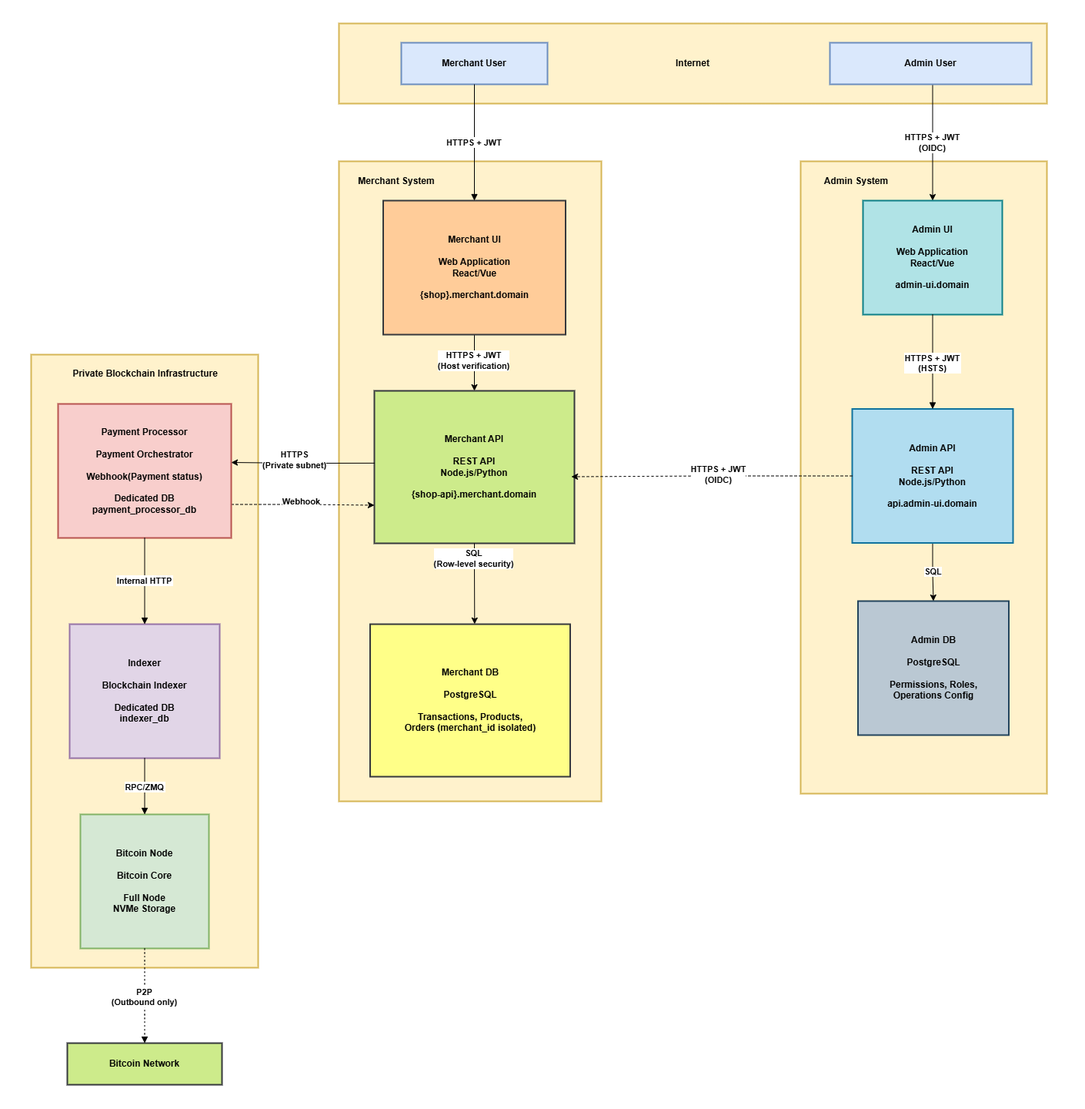
Before: docs/C4 Container Diagram.png, a diagram exported from draw.io (NaimKhan/CodeLab_InfraSRE_Engineer_Final_Test). Source tidied: cells renumbered, new cells last; positions are measured from the earlier drawing's top-left corner, leaving out a move shared by most shapes. Its diagram source:
```xml
<mxGraphModel>
  <root>
    <mxCell id="0" />
    <mxCell id="1" parent="0" />
    <mxCell id="2" style="whiteSpace=wrap;strokeWidth=2;fillColor=#fff2cc;strokeColor=#d6b656;" parent="1" vertex="1">
      <mxGeometry x="40" y="460" width="295" height="796" as="geometry" />
    </mxCell>
    <mxCell id="3" style="whiteSpace=wrap;strokeWidth=2;fillColor=#fff2cc;strokeColor=#d6b656;" parent="1" vertex="1">
      <mxGeometry x="440" y="209" width="341" height="831" as="geometry" />
    </mxCell>
    <mxCell id="4" style="whiteSpace=wrap;strokeWidth=2;fillColor=#fff2cc;strokeColor=#d6b656;" parent="1" vertex="1">
      <mxGeometry x="1040" y="209" width="320" height="821" as="geometry" />
    </mxCell>
    <mxCell id="5" value="Internet" style="whiteSpace=wrap;strokeWidth=2;fillColor=#fff2cc;strokeColor=#d6b656;fontStyle=1;" parent="1" vertex="1">
      <mxGeometry x="440" y="30" width="920" height="104" as="geometry" />
    </mxCell>
    <mxCell id="6" style="edgeStyle=orthogonalEdgeStyle;rounded=0;jettySize=auto;html=1;exitX=0.5;exitY=1;exitDx=0;exitDy=0;entryX=0.5;entryY=0;entryDx=0;entryDy=0;" parent="1" edge="1" source="8" target="10">
      <mxGeometry relative="1" as="geometry">
        <Array as="points">
          <mxPoint x="1212" y="59" />
        </Array>
      </mxGeometry>
    </mxCell>
    <mxCell id="7" value="&lt;b&gt;&lt;font style=&quot;font-size: 11px;&quot;&gt;HTTPS + JWT&lt;br style=&quot;padding: 0px; margin: 0px;&quot;&gt;(OIDC)&lt;/font&gt;&lt;/b&gt;" style="edgeLabel;html=1;align=center;verticalAlign=middle;" parent="6" vertex="1">
      <mxGeometry x="0.03" y="-1" relative="1" as="geometry">
        <mxPoint x="-1" y="47" as="offset" />
      </mxGeometry>
    </mxCell>
    <mxCell id="8" value="Admin User" style="whiteSpace=wrap;strokeWidth=2;fillColor=#dae8fc;strokeColor=#6c8ebf;fontStyle=1;" parent="1" vertex="1">
      <mxGeometry x="1078" y="55" width="262" height="54" as="geometry" />
    </mxCell>
    <mxCell id="9" value="Merchant User" style="whiteSpace=wrap;strokeWidth=2;fillColor=#dae8fc;strokeColor=#6c8ebf;fontStyle=1;" parent="1" vertex="1">
      <mxGeometry x="521" y="55" width="190" height="54" as="geometry" />
    </mxCell>
    <mxCell id="10" value="Admin UI&#10;&#10;Web Application&#10;React/Vue&#10;&#10;admin-ui.domain" style="whiteSpace=wrap;strokeWidth=2;fillColor=#b0e3e6;strokeColor=#0e8088;fontStyle=1;" parent="1" vertex="1">
      <mxGeometry x="1121" y="260" width="181" height="148" as="geometry" />
    </mxCell>
    <mxCell id="11" style="edgeStyle=orthogonalEdgeStyle;rounded=0;jettySize=auto;html=1;entryX=0.5;entryY=0;entryDx=0;entryDy=0;" parent="1" edge="1" source="13" target="14">
      <mxGeometry relative="1" as="geometry" />
    </mxCell>
    <mxCell id="12" value="&lt;b&gt;SQL&lt;/b&gt;" style="edgeLabel;html=1;align=center;verticalAlign=middle;" parent="11" vertex="1">
      <mxGeometry x="-0.16" relative="1" as="geometry">
        <mxPoint x="-1" y="4" as="offset" />
      </mxGeometry>
    </mxCell>
    <mxCell id="13" value="Admin API&#10;&#10;REST API&#10;Node.js/Python&#10;&#10;api.admin-ui.domain" style="whiteSpace=wrap;strokeWidth=2;fillColor=#b1ddf0;strokeColor=#10739e;fontStyle=1;" parent="1" vertex="1">
      <mxGeometry x="1107" y="530.5" width="209" height="174" as="geometry" />
    </mxCell>
    <mxCell id="14" value="Admin DB&#10;&#10;PostgreSQL&#10;&#10;Permissions, Roles,&#10;Operations Config" style="whiteSpace=wrap;strokeWidth=2;fillColor=#bac8d3;strokeColor=#23445d;fontStyle=1;" parent="1" vertex="1">
      <mxGeometry x="1114.5" y="780" width="196" height="174" as="geometry" />
    </mxCell>
    <mxCell id="15" style="edgeStyle=orthogonalEdgeStyle;rounded=0;jettySize=auto;html=1;" parent="1" edge="1" source="17" target="18">
      <mxGeometry relative="1" as="geometry" />
    </mxCell>
    <mxCell id="16" value="&lt;b&gt;HTTPS + JWT&lt;br style=&quot;padding: 0px; margin: 0px;&quot;&gt;(Host verification)&lt;/b&gt;" style="edgeLabel;html=1;align=center;verticalAlign=middle;" parent="15" vertex="1">
      <mxGeometry x="-0.1" y="-2" relative="1" as="geometry" />
    </mxCell>
    <mxCell id="17" value="Merchant UI&#10;&#10;Web Application&#10;React/Vue&#10;&#10;{shop}.merchant.domain" style="whiteSpace=wrap;strokeWidth=2;fillColor=#ffcc99;strokeColor=#36393d;fontStyle=1;" parent="1" vertex="1">
      <mxGeometry x="497.5" y="260" width="237" height="174" as="geometry" />
    </mxCell>
    <mxCell id="18" value="Merchant API&#10;&#10;REST API&#10;Node.js/Python&#10;&#10;{shop-api}.merchant.domain" style="whiteSpace=wrap;strokeWidth=2;fillColor=#cdeb8b;strokeColor=#36393d;fontStyle=1;" parent="1" vertex="1">
      <mxGeometry x="486" y="507" width="260" height="198" as="geometry" />
    </mxCell>
    <mxCell id="19" value="Merchant DB&#10;&#10;PostgreSQL&#10;&#10;Transactions, Products,&#10;Orders (merchant_id isolated)" style="whiteSpace=wrap;strokeWidth=2;fillColor=#ffff88;strokeColor=#36393d;fontStyle=1;" parent="1" vertex="1">
      <mxGeometry x="480.5" y="810" width="260" height="198" as="geometry" />
    </mxCell>
    <mxCell id="20" style="edgeStyle=orthogonalEdgeStyle;rounded=0;jettySize=auto;html=1;exitX=1;exitY=0.75;exitDx=0;exitDy=0;entryX=0;entryY=0.75;entryDx=0;entryDy=0;dashed=1;" parent="1" edge="1" source="22" target="18">
      <mxGeometry relative="1" as="geometry" />
    </mxCell>
    <mxCell id="21" value="&lt;b&gt;Webhook&lt;/b&gt;" style="edgeLabel;html=1;align=center;verticalAlign=middle;" parent="20" vertex="1">
      <mxGeometry x="-0.03" y="5" relative="1" as="geometry" />
    </mxCell>
    <mxCell id="22" value="Payment Processor&#10;&#10;Payment Orchestrator&#10;&#10;Webhook(Payment status)&#10;&#10;Dedicated DB&#10;payment_processor_db" style="whiteSpace=wrap;strokeWidth=2;fillColor=#f8cecc;strokeColor=#b85450;fontStyle=1;" parent="1" vertex="1">
      <mxGeometry x="75" y="524" width="225" height="174" as="geometry" />
    </mxCell>
    <mxCell id="23" value="Indexer&#10;&#10;Blockchain Indexer&#10;&#10;Dedicated DB&#10;indexer_db" style="whiteSpace=wrap;strokeWidth=2;fillColor=#e1d5e7;strokeColor=#9673a6;fontStyle=1;" parent="1" vertex="1">
      <mxGeometry x="90" y="810" width="195" height="174" as="geometry" />
    </mxCell>
    <mxCell id="24" value="Bitcoin Node&#10;&#10;Bitcoin Core&#10;&#10;Full Node&#10;NVMe Storage" style="whiteSpace=wrap;strokeWidth=2;fillColor=#d5e8d4;strokeColor=#82b366;fontStyle=1;" parent="1" vertex="1">
      <mxGeometry x="104" y="1057" width="167" height="174" as="geometry" />
    </mxCell>
    <mxCell id="25" value="Bitcoin Network" style="whiteSpace=wrap;strokeWidth=2;fillColor=#cdeb8b;strokeColor=#36393d;fontStyle=1;" parent="1" vertex="1">
      <mxGeometry x="87" y="1354" width="201" height="54" as="geometry" />
    </mxCell>
    <mxCell id="26" value="HTTPS + JWT&#10;(HSTS)" style="curved=1;startArrow=none;endArrow=block;exitX=0.5;exitY=1;entryX=0.5;entryY=0;rounded=0;fontStyle=1;" parent="1" edge="1" source="10" target="13">
      <mxGeometry relative="1" as="geometry" />
    </mxCell>
    <mxCell id="27" value="HTTPS + JWT" style="curved=1;startArrow=none;endArrow=block;exitX=0.5;exitY=1;entryX=0.5;entryY=0;rounded=0;fontStyle=1;" parent="1" edge="1" source="9" target="17">
      <mxGeometry relative="1" as="geometry" />
    </mxCell>
    <mxCell id="28" value="Internal HTTP" style="curved=1;startArrow=none;endArrow=block;exitX=0.5;exitY=1;entryX=0.5;entryY=0;rounded=0;fontStyle=1;" parent="1" edge="1" source="22" target="23">
      <mxGeometry relative="1" as="geometry" />
    </mxCell>
    <mxCell id="29" value="RPC/ZMQ" style="curved=1;startArrow=none;endArrow=block;exitX=0.5;exitY=1;entryX=0.5;entryY=0;rounded=0;fontStyle=1;" parent="1" edge="1" source="23" target="24">
      <mxGeometry relative="1" as="geometry" />
    </mxCell>
    <mxCell id="30" value="P2P&#10;(Outbound only)" style="curved=1;dashed=1;dashPattern=2 3;startArrow=none;endArrow=block;exitX=0.5;exitY=1;entryX=0.5;entryY=0;rounded=0;fontStyle=1;" parent="1" edge="1" source="24" target="25">
      <mxGeometry relative="1" as="geometry" />
    </mxCell>
    <mxCell id="31" style="edgeStyle=orthogonalEdgeStyle;rounded=0;jettySize=auto;html=1;exitX=0;exitY=0.5;exitDx=0;exitDy=0;entryX=0.985;entryY=0.563;entryDx=0;entryDy=0;entryPerimeter=0;dashed=1;" parent="1" edge="1" source="13" target="18">
      <mxGeometry relative="1" as="geometry" />
    </mxCell>
    <mxCell id="32" value="Text" style="edgeLabel;html=1;align=center;verticalAlign=middle;" parent="31" vertex="1">
      <mxGeometry x="-0.01" y="-1" relative="1" as="geometry">
        <mxPoint x="2" y="-1" as="offset" />
      </mxGeometry>
    </mxCell>
    <mxCell id="33" value="&lt;b&gt;HTTPS + JWT&lt;br style=&quot;padding: 0px; margin: 0px;&quot;&gt;(OIDC)&lt;/b&gt;" style="edgeLabel;html=1;align=center;verticalAlign=middle;" parent="31" vertex="1">
      <mxGeometry x="-0.03" y="-3" relative="1" as="geometry">
        <mxPoint x="2" as="offset" />
      </mxGeometry>
    </mxCell>
    <mxCell id="34" value="&lt;b&gt;Merchant System&lt;/b&gt;" style="text;html=1;whiteSpace=wrap;strokeColor=none;fillColor=none;align=center;verticalAlign=middle;rounded=0;" parent="1" vertex="1">
      <mxGeometry x="450" y="220" width="130" height="30" as="geometry" />
    </mxCell>
    <mxCell id="35" value="&lt;b&gt;Admin System&lt;/b&gt;" style="text;html=1;whiteSpace=wrap;strokeColor=none;fillColor=none;align=center;verticalAlign=middle;rounded=0;" parent="1" vertex="1">
      <mxGeometry x="1060" y="220" width="105" height="30" as="geometry" />
    </mxCell>
    <mxCell id="36" style="edgeStyle=orthogonalEdgeStyle;rounded=0;jettySize=auto;html=1;exitX=0.001;exitY=0.474;exitDx=0;exitDy=0;exitPerimeter=0;" parent="1" edge="1" source="18">
      <mxGeometry relative="1" as="geometry">
        <mxPoint x="300" y="600" as="targetPoint" />
      </mxGeometry>
    </mxCell>
    <mxCell id="37" value="&lt;b&gt;HTTPS&lt;br style=&quot;padding: 0px; margin: 0px;&quot;&gt;(Private subnet)&lt;/b&gt;" style="edgeLabel;html=1;align=center;verticalAlign=middle;" parent="36" vertex="1">
      <mxGeometry x="0.17" y="-4" relative="1" as="geometry">
        <mxPoint x="3" as="offset" />
      </mxGeometry>
    </mxCell>
    <mxCell id="38" value="&lt;b&gt;Private Blockchain Infrastructure&lt;/b&gt;" style="text;html=1;whiteSpace=wrap;strokeColor=none;fillColor=none;align=center;verticalAlign=middle;rounded=0;" parent="1" vertex="1">
      <mxGeometry x="87" y="470" width="203" height="30" as="geometry" />
    </mxCell>
    <mxCell id="39" style="edgeStyle=orthogonalEdgeStyle;rounded=0;jettySize=auto;html=1;exitX=0.5;exitY=1;exitDx=0;exitDy=0;entryX=0.517;entryY=0.723;entryDx=0;entryDy=0;entryPerimeter=0;" parent="1" edge="1" source="18" target="3">
      <mxGeometry relative="1" as="geometry" />
    </mxCell>
    <mxCell id="40" value="&lt;b&gt;SQL&lt;br style=&quot;padding: 0px; margin: 0px;&quot;&gt;(Row-level security)&lt;/b&gt;" style="edgeLabel;html=1;align=center;verticalAlign=middle;" parent="39" vertex="1">
      <mxGeometry x="-0.62" y="-1" relative="1" as="geometry">
        <mxPoint x="-1" y="-1" as="offset" />
      </mxGeometry>
    </mxCell>
    <mxCell id="41" style="rounded=0;whiteSpace=wrap;html=1;fillColor=none;strokeColor=none;" parent="1" vertex="1">
      <mxGeometry width="1410" height="1440" as="geometry" />
    </mxCell>
  </root>
</mxGraphModel>
```
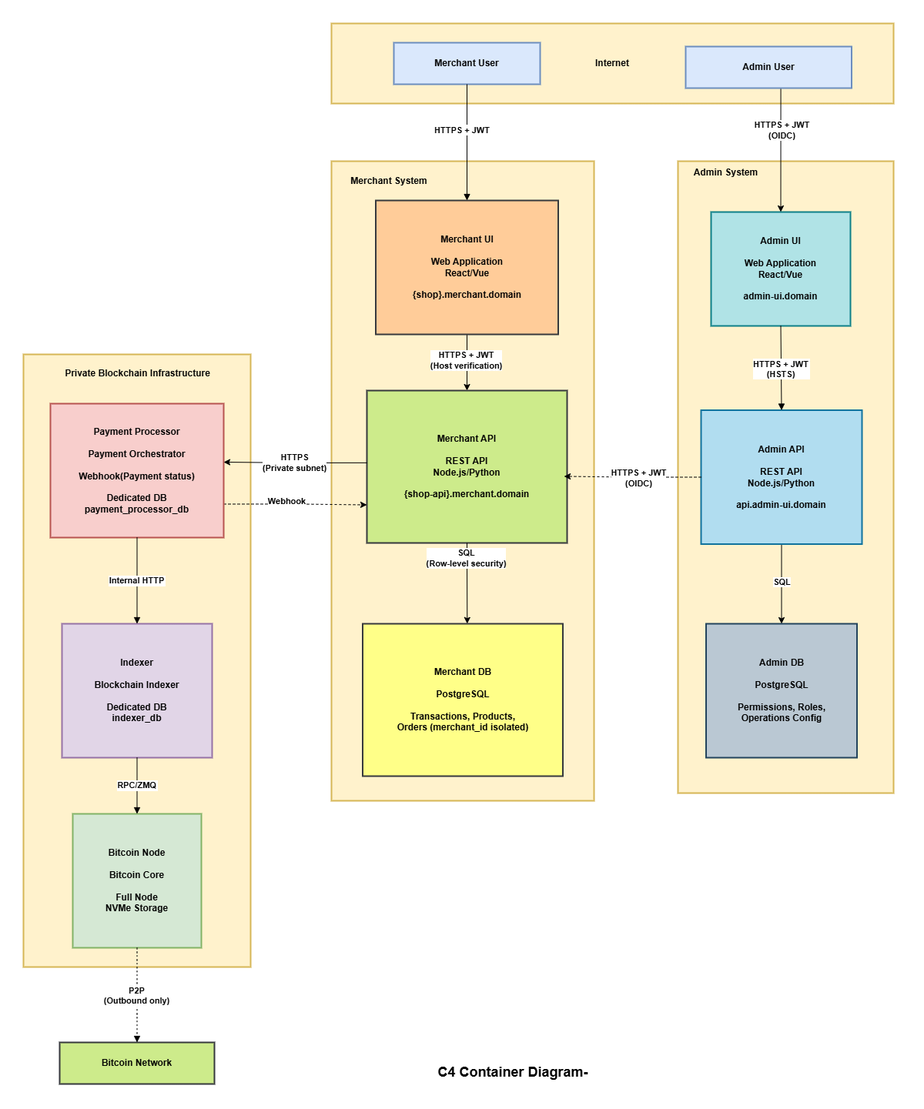
Later version of the same file.

Commit message:
Improve diagram

What changed in the source:
```diff
@@ -9,31 +9,31 @@
       <mxGeometry x="440" y="209" width="341" height="831" as="geometry" />
     </mxCell>
     <mxCell id="4" style="whiteSpace=wrap;strokeWidth=2;fillColor=#fff2cc;strokeColor=#d6b656;" parent="1" vertex="1">
-      <mxGeometry x="1040" y="209" width="320" height="821" as="geometry" />
+      <mxGeometry x="890" y="209" width="280" height="821" as="geometry" />
     </mxCell>
     <mxCell id="5" value="Internet" style="whiteSpace=wrap;strokeWidth=2;fillColor=#fff2cc;strokeColor=#d6b656;fontStyle=1;" parent="1" vertex="1">
-      <mxGeometry x="440" y="30" width="920" height="104" as="geometry" />
+      <mxGeometry x="440" y="30" width="730" height="104" as="geometry" />
     </mxCell>
     <mxCell id="6" style="edgeStyle=orthogonalEdgeStyle;rounded=0;jettySize=auto;html=1;exitX=0.5;exitY=1;exitDx=0;exitDy=0;entryX=0.5;entryY=0;entryDx=0;entryDy=0;" parent="1" edge="1" source="8" target="10">
       <mxGeometry relative="1" as="geometry">
         <Array as="points">
-          <mxPoint x="1212" y="59" />
+          <mxPoint x="1024" y="74" />
         </Array>
       </mxGeometry>
     </mxCell>
     <mxCell id="7" value="&lt;b&gt;&lt;font style=&quot;font-size: 11px;&quot;&gt;HTTPS + JWT&lt;br style=&quot;padding: 0px; margin: 0px;&quot;&gt;(OIDC)&lt;/font&gt;&lt;/b&gt;" style="edgeLabel;html=1;align=center;verticalAlign=middle;" parent="6" vertex="1">
       <mxGeometry x="0.03" y="-1" relative="1" as="geometry">
-        <mxPoint x="-1" y="47" as="offset" />
+        <mxPoint x="1" y="19" as="offset" />
       </mxGeometry>
     </mxCell>
     <mxCell id="8" value="Admin User" style="whiteSpace=wrap;strokeWidth=2;fillColor=#dae8fc;strokeColor=#6c8ebf;fontStyle=1;" parent="1" vertex="1">
-      <mxGeometry x="1078" y="55" width="262" height="54" as="geometry" />
+      <mxGeometry x="900" y="60" width="215.5" height="54" as="geometry" />
     </mxCell>
     <mxCell id="9" value="Merchant User" style="whiteSpace=wrap;strokeWidth=2;fillColor=#dae8fc;strokeColor=#6c8ebf;fontStyle=1;" parent="1" vertex="1">
       <mxGeometry x="521" y="55" width="190" height="54" as="geometry" />
     </mxCell>
     <mxCell id="10" value="Admin UI&#10;&#10;Web Application&#10;React/Vue&#10;&#10;admin-ui.domain" style="whiteSpace=wrap;strokeWidth=2;fillColor=#b0e3e6;strokeColor=#0e8088;fontStyle=1;" parent="1" vertex="1">
-      <mxGeometry x="1121" y="260" width="181" height="148" as="geometry" />
+      <mxGeometry x="933" y="275" width="181" height="148" as="geometry" />
     </mxCell>
     <mxCell id="11" style="edgeStyle=orthogonalEdgeStyle;rounded=0;jettySize=auto;html=1;entryX=0.5;entryY=0;entryDx=0;entryDy=0;" parent="1" edge="1" source="13" target="14">
       <mxGeometry relative="1" as="geometry" />
@@ -44,10 +44,10 @@
       </mxGeometry>
     </mxCell>
     <mxCell id="13" value="Admin API&#10;&#10;REST API&#10;Node.js/Python&#10;&#10;api.admin-ui.domain" style="whiteSpace=wrap;strokeWidth=2;fillColor=#b1ddf0;strokeColor=#10739e;fontStyle=1;" parent="1" vertex="1">
-      <mxGeometry x="1107" y="530.5" width="209" height="174" as="geometry" />
+      <mxGeometry x="920" y="532.5" width="209" height="174" as="geometry" />
     </mxCell>
     <mxCell id="14" value="Admin DB&#10;&#10;PostgreSQL&#10;&#10;Permissions, Roles,&#10;Operations Config" style="whiteSpace=wrap;strokeWidth=2;fillColor=#bac8d3;strokeColor=#23445d;fontStyle=1;" parent="1" vertex="1">
-      <mxGeometry x="1114.5" y="780" width="196" height="174" as="geometry" />
+      <mxGeometry x="926.5" y="810" width="196" height="174" as="geometry" />
     </mxCell>
     <mxCell id="15" style="edgeStyle=orthogonalEdgeStyle;rounded=0;jettySize=auto;html=1;" parent="1" edge="1" source="17" target="18">
       <mxGeometry relative="1" as="geometry" />
@@ -68,7 +68,9 @@
       <mxGeometry relative="1" as="geometry" />
     </mxCell>
     <mxCell id="21" value="&lt;b&gt;Webhook&lt;/b&gt;" style="edgeLabel;html=1;align=center;verticalAlign=middle;" parent="20" vertex="1">
-      <mxGeometry x="-0.03" y="5" relative="1" as="geometry" />
+      <mxGeometry x="-0.03" y="5" relative="1" as="geometry">
+        <mxPoint x="-10" as="offset" />
+      </mxGeometry>
     </mxCell>
     <mxCell id="22" value="Payment Processor&#10;&#10;Payment Orchestrator&#10;&#10;Webhook(Payment status)&#10;&#10;Dedicated DB&#10;payment_processor_db" style="whiteSpace=wrap;strokeWidth=2;fillColor=#f8cecc;strokeColor=#b85450;fontStyle=1;" parent="1" vertex="1">
       <mxGeometry x="75" y="524" width="225" height="174" as="geometry" />
@@ -86,7 +88,9 @@
       <mxGeometry relative="1" as="geometry" />
     </mxCell>
     <mxCell id="27" value="HTTPS + JWT" style="curved=1;startArrow=none;endArrow=block;exitX=0.5;exitY=1;entryX=0.5;entryY=0;rounded=0;fontStyle=1;" parent="1" edge="1" source="9" target="17">
-      <mxGeometry relative="1" as="geometry" />
+      <mxGeometry x="-0.19" y="-6" relative="1" as="geometry">
+        <mxPoint y="-1" as="offset" />
+      </mxGeometry>
     </mxCell>
     <mxCell id="28" value="Internal HTTP" style="curved=1;startArrow=none;endArrow=block;exitX=0.5;exitY=1;entryX=0.5;entryY=0;rounded=0;fontStyle=1;" parent="1" edge="1" source="22" target="23">
       <mxGeometry relative="1" as="geometry" />
@@ -114,7 +118,7 @@
       <mxGeometry x="450" y="220" width="130" height="30" as="geometry" />
     </mxCell>
     <mxCell id="35" value="&lt;b&gt;Admin System&lt;/b&gt;" style="text;html=1;whiteSpace=wrap;strokeColor=none;fillColor=none;align=center;verticalAlign=middle;rounded=0;" parent="1" vertex="1">
-      <mxGeometry x="1060" y="220" width="105" height="30" as="geometry" />
+      <mxGeometry x="900" y="209" width="105" height="30" as="geometry" />
     </mxCell>
     <mxCell id="36" style="edgeStyle=orthogonalEdgeStyle;rounded=0;jettySize=auto;html=1;exitX=0.001;exitY=0.474;exitDx=0;exitDy=0;exitPerimeter=0;" parent="1" edge="1" source="18">
       <mxGeometry relative="1" as="geometry">
@@ -123,7 +127,7 @@
     </mxCell>
     <mxCell id="37" value="&lt;b&gt;HTTPS&lt;br style=&quot;padding: 0px; margin: 0px;&quot;&gt;(Private subnet)&lt;/b&gt;" style="edgeLabel;html=1;align=center;verticalAlign=middle;" parent="36" vertex="1">
       <mxGeometry x="0.17" y="-4" relative="1" as="geometry">
-        <mxPoint x="3" as="offset" />
+        <mxPoint x="13" y="4" as="offset" />
       </mxGeometry>
     </mxCell>
     <mxCell id="38" value="&lt;b&gt;Private Blockchain Infrastructure&lt;/b&gt;" style="text;html=1;whiteSpace=wrap;strokeColor=none;fillColor=none;align=center;verticalAlign=middle;rounded=0;" parent="1" vertex="1">
@@ -138,7 +142,10 @@
       </mxGeometry>
     </mxCell>
     <mxCell id="41" style="rounded=0;whiteSpace=wrap;html=1;fillColor=none;strokeColor=none;" parent="1" vertex="1">
-      <mxGeometry width="1410" height="1440" as="geometry" />
+      <mxGeometry x="10" width="1200" height="1440" as="geometry" />
     </mxCell>
+    <mxCell id="42" value="&lt;b&gt;&lt;font style=&quot;font-size: 18px;&quot;&gt;C4 Container Diagram-&lt;/font&gt;&lt;/b&gt;" style="text;html=1;whiteSpace=wrap;strokeColor=none;fillColor=none;align=center;verticalAlign=middle;rounded=0;" parent="1" vertex="1">
+      <mxGeometry x="521" y="1378" width="310" height="30" as="geometry" />
+    </mxCell>
   </root>
 </mxGraphModel>
```
